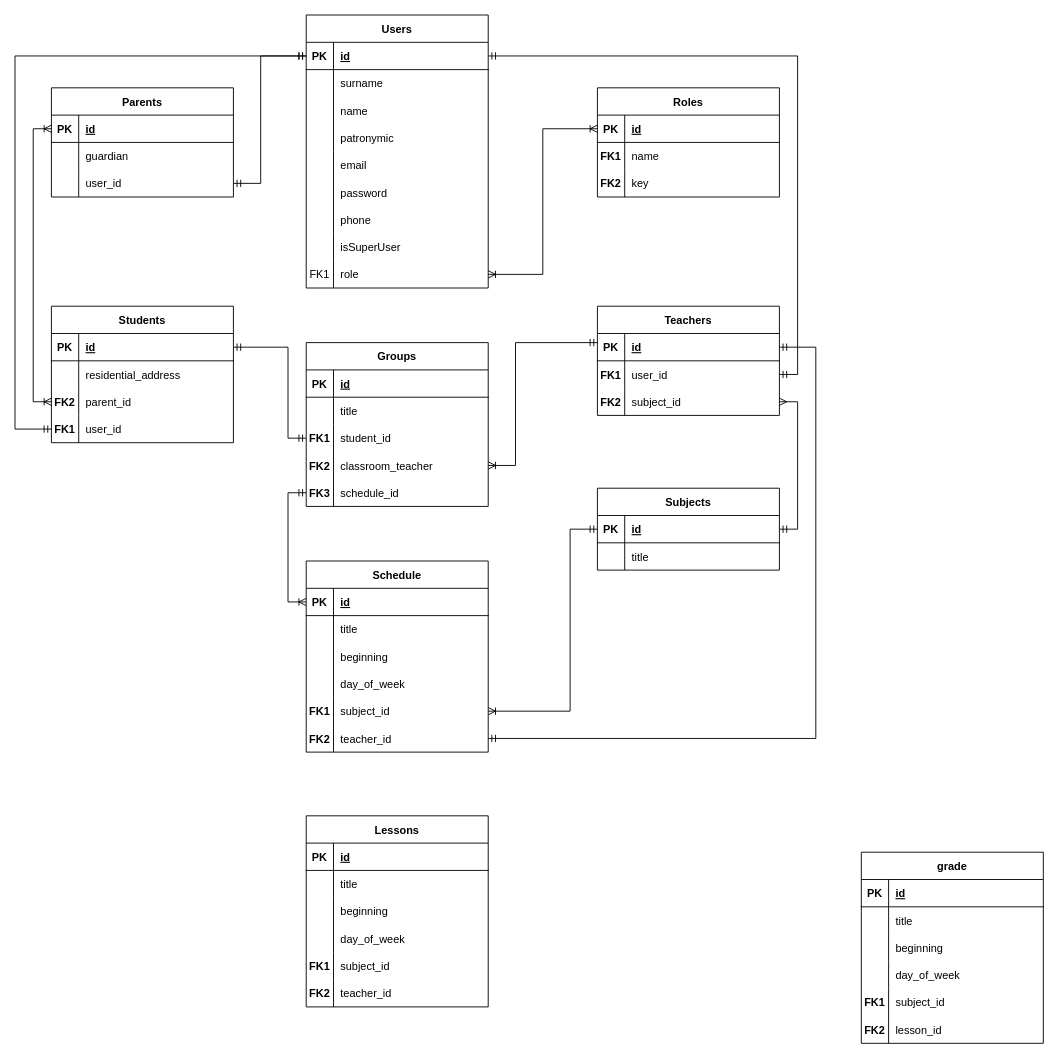
Before: diagram.drawio in Ilmar7786/electronic_diary-backend, a draw.io diagram. Source tidied: cells renumbered, new cells numbered last; positions are measured from the earlier drawing's top-left corner, leaving out a move shared by most shapes. Both pictures are drawn from the tidied source at 91%, with x=0, y=0 at pixel (15, 15).
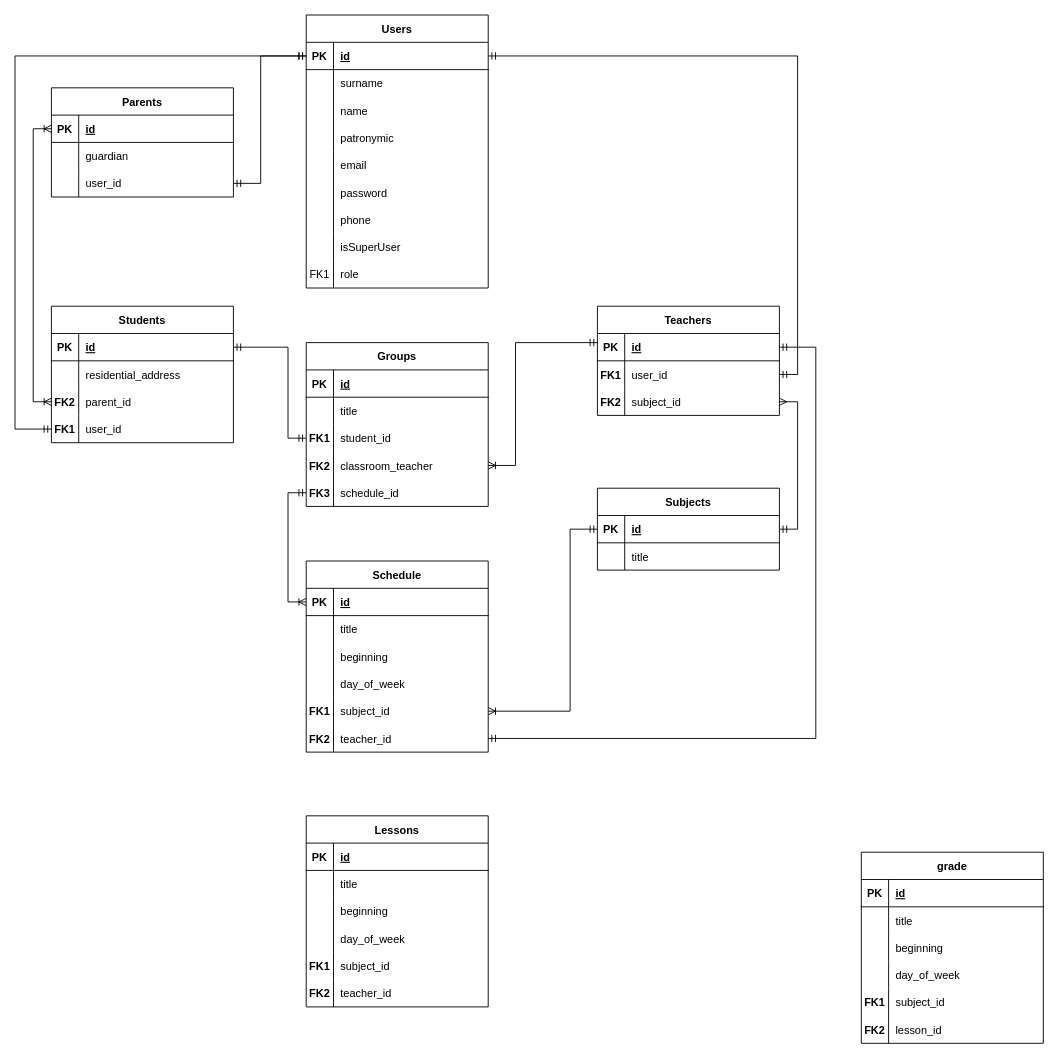
After the change.

The change refers to these unchanged cells:
```xml
<mxCell id="27" style="shape=tableRow;horizontal=0;startSize=0;swimlaneHead=0;swimlaneBody=0;fillColor=none;points=[[0,0.5],[1,0.5]];portConstraint=eastwest;top=0;left=0;right=0;bottom=0;" parent="2" vertex="1">
  <mxGeometry y="270" width="200" height="30" as="geometry" />
</mxCell>
```

Change to the diagram source:
```diff
@@
-    <mxCell id="110" value="Roles" style="shape=table;startSize=30;childLayout=tableLayout;rowLines=0;fontStyle=1;align=center;" parent="1" vertex="1">
-      <mxGeometry x="640" y="80" width="200" height="120" as="geometry" />
-    </mxCell>
-    <mxCell id="111" style="shape=tableRow;horizontal=0;startSize=0;swimlaneHead=0;swimlaneBody=0;fillColor=none;points=[[0,0.5],[1,0.5]];portConstraint=eastwest;top=0;left=0;right=0;bottom=1;" parent="110" vertex="1">
-      <mxGeometry y="30" width="200" height="30" as="geometry" />
-    </mxCell>
-    <mxCell id="112" value="PK" style="shape=partialRectangle;fillColor=none;top=0;left=0;bottom=0;right=0;fontStyle=1;overflow=hidden;" parent="111" vertex="1">
-      <mxGeometry width="30" height="30" as="geometry" />
-    </mxCell>
-    <mxCell id="113" value="id" style="shape=partialRectangle;fillColor=none;top=0;left=0;bottom=0;right=0;align=left;spacingLeft=6;fontStyle=5;overflow=hidden;" parent="111" vertex="1">
-      <mxGeometry x="30" width="170" height="30" as="geometry" />
-    </mxCell>
-    <mxCell id="114" style="shape=tableRow;horizontal=0;startSize=0;swimlaneHead=0;swimlaneBody=0;fillColor=none;top=0;left=0;right=0;bottom=0;" parent="110" vertex="1">
-      <mxGeometry y="60" width="200" height="30" as="geometry" />
-    </mxCell>
-    <mxCell id="115" value="FK1" style="shape=partialRectangle;fillColor=none;top=0;left=0;bottom=0;right=0;overflow=hidden;fontStyle=1;" parent="114" vertex="1">
-      <mxGeometry width="30" height="30" as="geometry" />
-    </mxCell>
-    <mxCell id="116" value="name" style="shape=partialRectangle;fillColor=none;top=0;left=0;bottom=0;right=0;align=left;spacingLeft=6;overflow=hidden;" parent="114" vertex="1">
-      <mxGeometry x="30" width="170" height="30" as="geometry" />
-    </mxCell>
-    <mxCell id="117" style="shape=tableRow;horizontal=0;startSize=0;swimlaneHead=0;swimlaneBody=0;fillColor=none;top=0;left=0;right=0;bottom=0;" parent="110" vertex="1">
-      <mxGeometry y="90" width="200" height="30" as="geometry" />
-    </mxCell>
-    <mxCell id="118" value="FK2" style="shape=partialRectangle;fillColor=none;top=0;left=0;bottom=0;right=0;overflow=hidden;fontStyle=1;" parent="117" vertex="1">
-      <mxGeometry width="30" height="30" as="geometry" />
-    </mxCell>
-    <mxCell id="119" value="key" style="shape=partialRectangle;fillColor=none;top=0;left=0;bottom=0;right=0;align=left;spacingLeft=6;overflow=hidden;" parent="117" vertex="1">
-      <mxGeometry x="30" width="170" height="30" as="geometry" />
-    </mxCell>
@@
-    <mxCell id="123" style="edgeStyle=orthogonalEdgeStyle;rounded=0;jettySize=auto;html=1;exitX=0;exitY=0.5;exitDx=0;exitDy=0;entryX=1;entryY=0.5;entryDx=0;entryDy=0;startArrow=ERoneToMany;startFill=0;endArrow=ERoneToMany;endFill=0;" parent="1" edge="1" source="111" target="27">
-      <mxGeometry relative="1" as="geometry" />
-    </mxCell>
```
